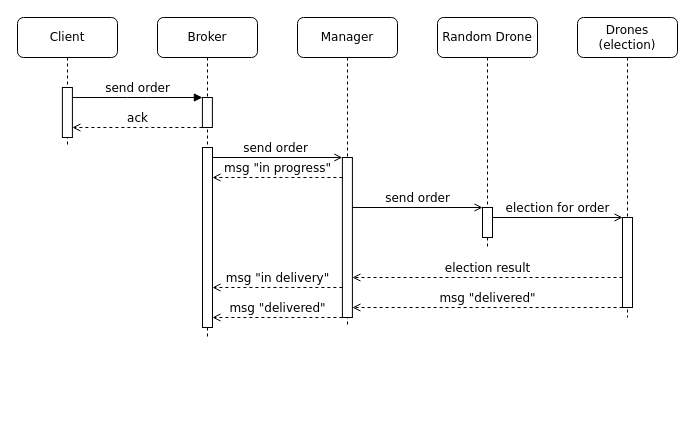
Gianluca755/Drones keeps this draw.io diagram as Report/images/New-order.drawio. Above is the earlier version. Source tidied: cells renumbered, new cells numbered last; positions are measured from the earlier drawing's top-left corner, leaving out a move shared by most shapes. Both pictures are drawn from the tidied source at 100%, with x=0, y=0 at pixel (17, 17).
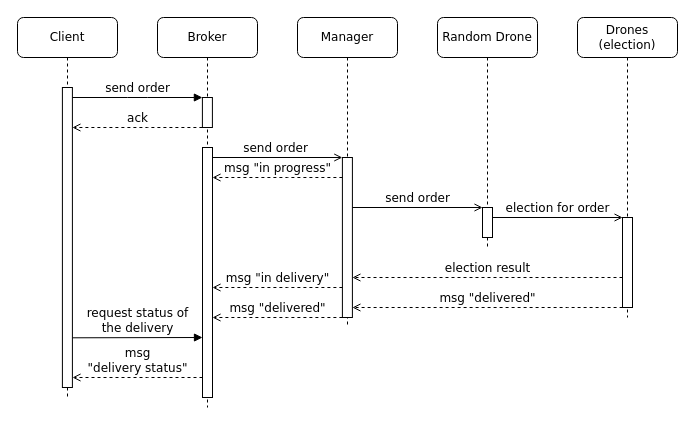
The same diagram, later.

Change to the diagram source:
```diff
@@
     <mxCell id="2" value="Broker" style="shape=umlLifeline;perimeter=lifelinePerimeter;whiteSpace=wrap;html=1;outlineConnect=0;rounded=1;shadow=0;comic=0;labelBackgroundColor=none;strokeWidth=1;fontFamily=Verdana;fontSize=12;align=center;" parent="1" vertex="1">
-      <mxGeometry x="140" width="100" height="320" as="geometry" />
+      <mxGeometry x="140" width="100" height="390" as="geometry" />
     </mxCell>
@@
     <mxCell id="7" value="Client" style="shape=umlLifeline;perimeter=lifelinePerimeter;whiteSpace=wrap;html=1;outlineConnect=0;rounded=1;shadow=0;comic=0;labelBackgroundColor=none;strokeWidth=1;fontFamily=Verdana;fontSize=12;align=center;" parent="1" vertex="1">
-      <mxGeometry width="100" height="130" as="geometry" />
+      <mxGeometry width="100" height="380" as="geometry" />
     </mxCell>
     <mxCell id="8" style="html=1;points=[];perimeter=orthogonalPerimeter;rounded=0;shadow=0;comic=0;labelBackgroundColor=none;strokeWidth=1;fontFamily=Verdana;fontSize=12;align=center;" parent="7" vertex="1">
-      <mxGeometry x="44.9" y="70" width="10" height="50" as="geometry" />
+      <mxGeometry x="44.9" y="70" width="10" height="300" as="geometry" />
     </mxCell>
@@
     <mxCell id="17" style="html=1;points=[];perimeter=orthogonalPerimeter;rounded=0;shadow=0;comic=0;labelBackgroundColor=none;strokeWidth=1;fontFamily=Verdana;fontSize=12;align=center;" parent="1" vertex="1">
-      <mxGeometry x="185" y="130" width="10" height="180" as="geometry" />
+      <mxGeometry x="185" y="130" width="10" height="250" as="geometry" />
     </mxCell>
@@
+    <mxCell id="23" style="endArrow=none;dashed=1;html=1;" parent="1" edge="1" target="7">
+      <mxGeometry relative="1" as="geometry">
+        <mxPoint x="50" y="360" as="sourcePoint" />
+      </mxGeometry>
+    </mxCell>
+    <mxCell id="24" value="request status of &lt;br&gt;the delivery" style="html=1;verticalAlign=bottom;endArrow=block;entryX=0;entryY=0;labelBackgroundColor=none;fontFamily=Verdana;fontSize=12;edgeStyle=elbowEdgeStyle;elbow=vertical;" parent="1" edge="1">
+      <mxGeometry relative="1" as="geometry">
+        <mxPoint x="55" y="320.3" as="sourcePoint" />
+        <mxPoint x="185" y="320" as="targetPoint" />
+      </mxGeometry>
+    </mxCell>
+    <mxCell id="25" value="msg &lt;br&gt;&quot;delivery status&quot;" style="html=1;verticalAlign=bottom;endArrow=open;labelBackgroundColor=none;fontFamily=Verdana;fontSize=12;edgeStyle=elbowEdgeStyle;elbow=vertical;dashed=1;endFill=0;" parent="1" edge="1">
+      <mxGeometry relative="1" as="geometry">
+        <mxPoint x="185" y="360" as="sourcePoint" />
+        <mxPoint x="55" y="360" as="targetPoint" />
+        <Array as="points">
+          <mxPoint x="140" y="360" />
+          <mxPoint x="150" y="350" />
+        </Array>
+      </mxGeometry>
+    </mxCell>
```
